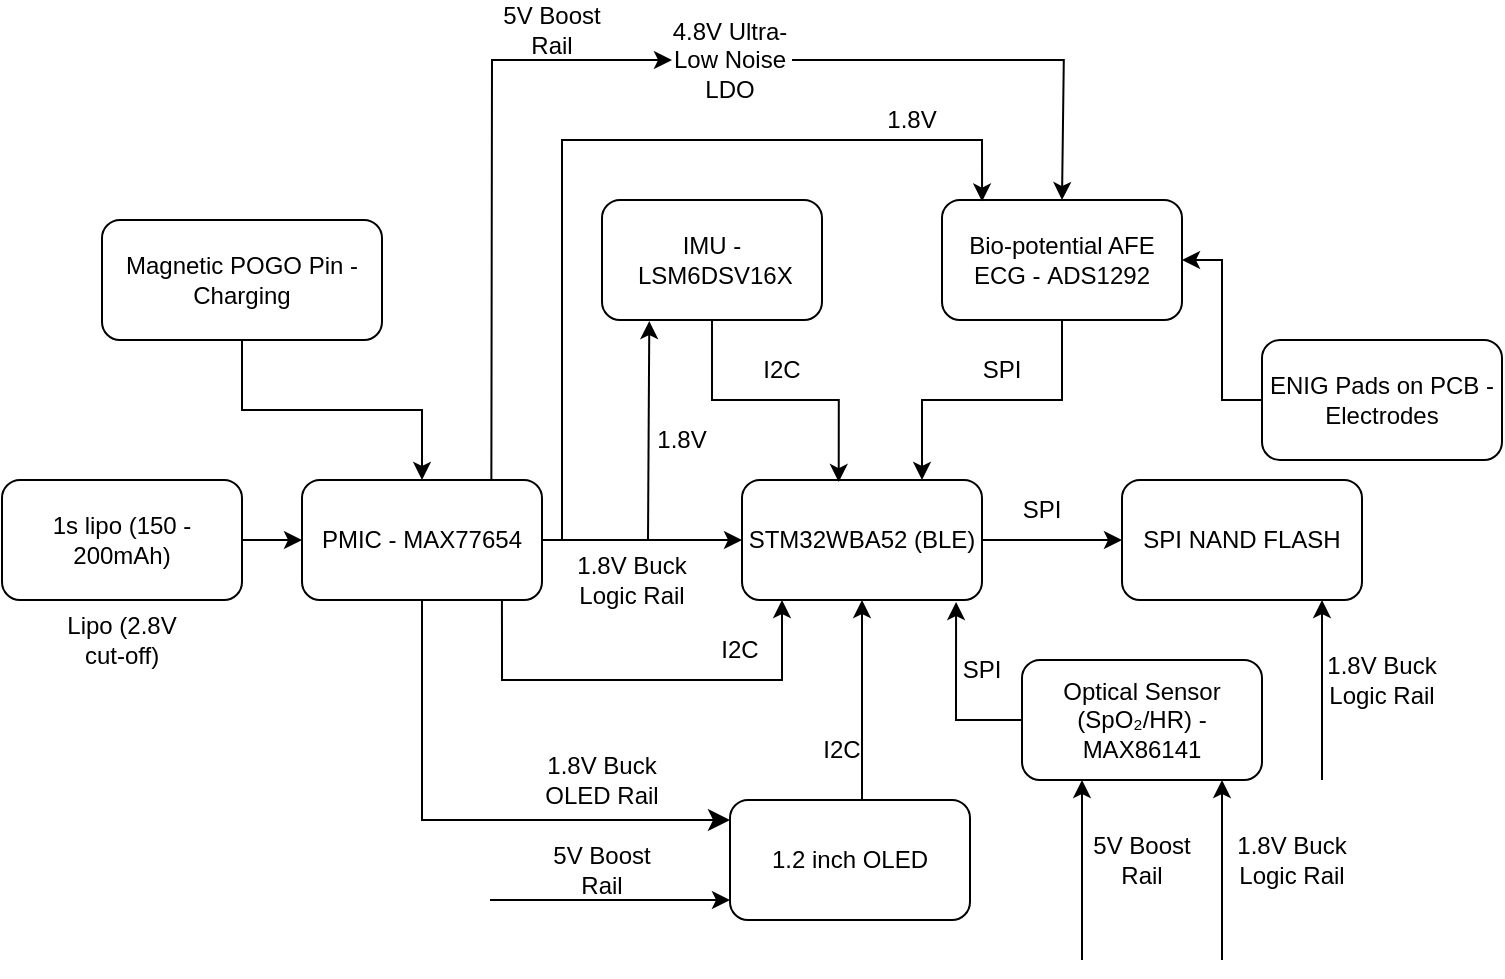
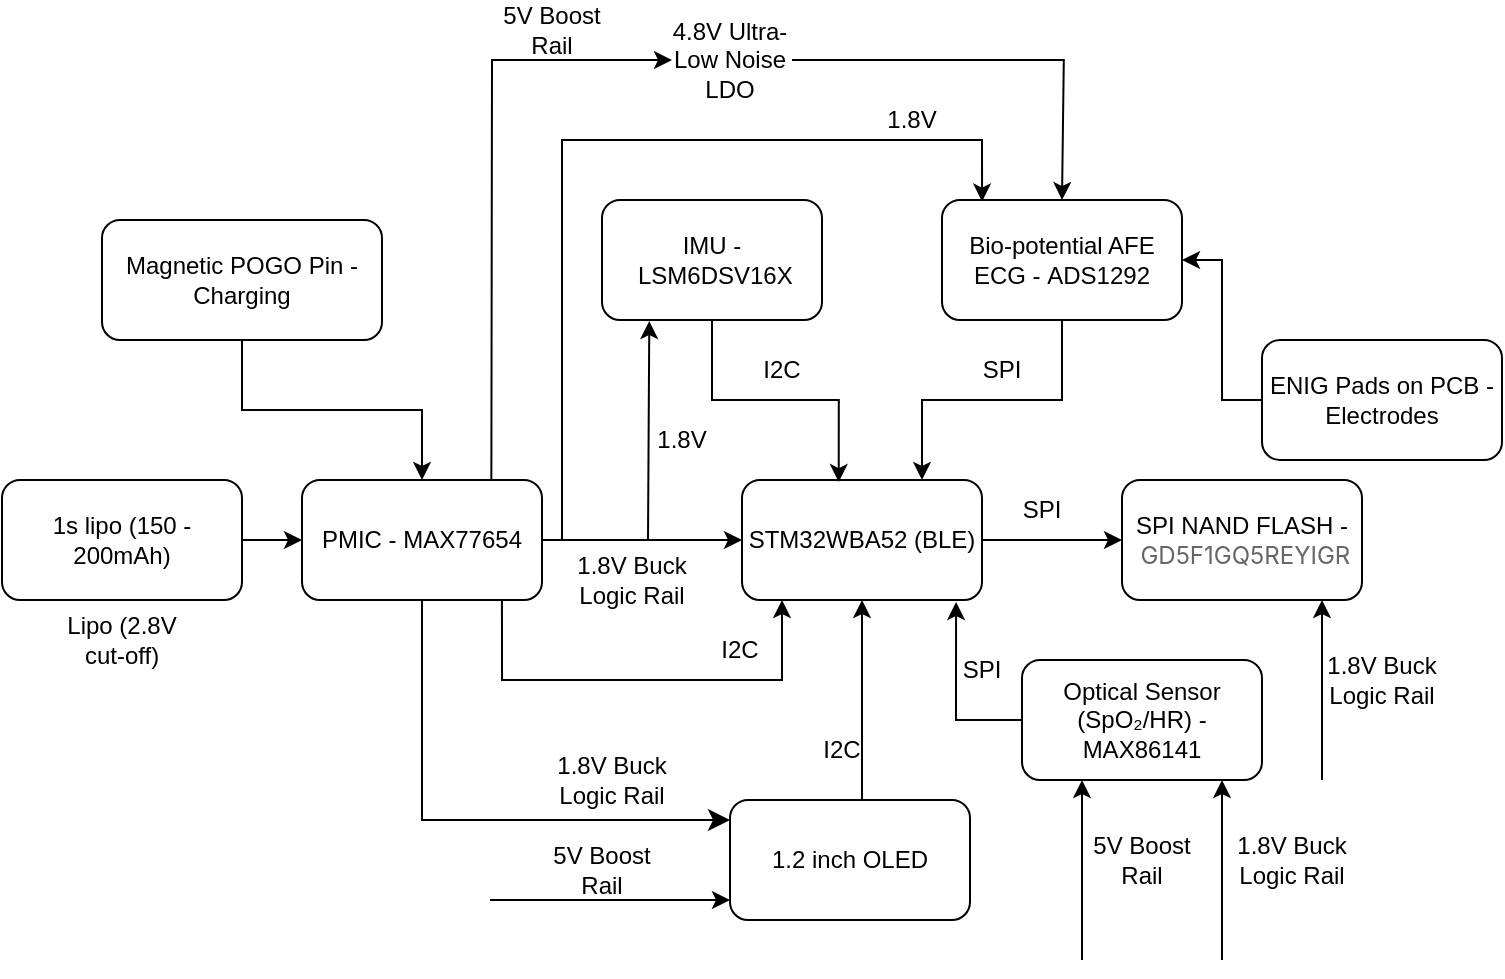
<mxfile host="app.diagrams.net" agent="Mozilla/5.0 (Windows NT 10.0; Win64; x64) AppleWebKit/537.36 (KHTML, like Gecko) Chrome/145.0.0.0 Safari/537.36" version="29.6.4">
  <diagram name="Page-1" id="kdr1D5AsXP2qeaeHXdVw">
-     <mxGraphModel dx="291" dy="153" grid="1" gridSize="10" guides="1" tooltips="1" connect="1" arrows="1" fold="1" page="1" pageScale="1" pageWidth="827" pageHeight="1169" math="0" shadow="0">
+     <mxGraphModel dx="830" dy="437" grid="1" gridSize="10" guides="1" tooltips="1" connect="1" arrows="1" fold="1" page="1" pageScale="1" pageWidth="827" pageHeight="1169" math="0" shadow="0">
      <root>
        <mxCell id="0" />
        <mxCell id="1" parent="0" />
        <mxCell id="BAGEx4Xcw8m6xMS7BeU6-1" parent="1" style="rounded=1;whiteSpace=wrap;html=1;" value="STM32WBA52 (BLE)" vertex="1">
          <mxGeometry height="60" width="120" x="420" y="340" as="geometry" />
        </mxCell>
        <mxCell id="BAGEx4Xcw8m6xMS7BeU6-2" edge="1" parent="1" source="BAGEx4Xcw8m6xMS7BeU6-3" style="edgeStyle=orthogonalEdgeStyle;rounded=0;orthogonalLoop=1;jettySize=auto;html=1;entryX=0;entryY=0.5;entryDx=0;entryDy=0;" target="BAGEx4Xcw8m6xMS7BeU6-1">
          <mxGeometry relative="1" as="geometry" />
        </mxCell>
        <mxCell id="BAGEx4Xcw8m6xMS7BeU6-3" parent="1" style="rounded=1;whiteSpace=wrap;html=1;" value="PMIC - MAX77654" vertex="1">
          <mxGeometry height="60" width="120" x="200" y="340" as="geometry" />
        </mxCell>
        <mxCell id="BAGEx4Xcw8m6xMS7BeU6-4" parent="1" style="rounded=1;whiteSpace=wrap;html=1;" value="IMU -&amp;nbsp;LSM6DSV16X" vertex="1">
          <mxGeometry height="60" width="110" x="350" y="200" as="geometry" />
        </mxCell>
        <mxCell id="BAGEx4Xcw8m6xMS7BeU6-5" edge="1" parent="1" source="BAGEx4Xcw8m6xMS7BeU6-6" style="edgeStyle=orthogonalEdgeStyle;rounded=0;orthogonalLoop=1;jettySize=auto;html=1;entryX=0.75;entryY=0;entryDx=0;entryDy=0;" target="BAGEx4Xcw8m6xMS7BeU6-1">
          <mxGeometry relative="1" as="geometry" />
        </mxCell>
        <mxCell id="BAGEx4Xcw8m6xMS7BeU6-6" parent="1" style="rounded=1;whiteSpace=wrap;html=1;" value="Bio-potential AFE&lt;div&gt;ECG -&amp;nbsp;ADS1292&lt;/div&gt;" vertex="1">
          <mxGeometry height="60" width="120" x="520" y="200" as="geometry" />
        </mxCell>
        <mxCell id="BAGEx4Xcw8m6xMS7BeU6-7" edge="1" parent="1" source="BAGEx4Xcw8m6xMS7BeU6-8" style="edgeStyle=orthogonalEdgeStyle;rounded=0;orthogonalLoop=1;jettySize=auto;html=1;entryX=0;entryY=0.5;entryDx=0;entryDy=0;" target="BAGEx4Xcw8m6xMS7BeU6-3">
          <mxGeometry relative="1" as="geometry" />
        </mxCell>
        <mxCell id="BAGEx4Xcw8m6xMS7BeU6-8" parent="1" style="rounded=1;whiteSpace=wrap;html=1;" value="1s lipo (150 - 200mAh)" vertex="1">
          <mxGeometry height="60" width="120" x="50" y="340" as="geometry" />
        </mxCell>
        <mxCell id="BAGEx4Xcw8m6xMS7BeU6-9" edge="1" parent="1" source="BAGEx4Xcw8m6xMS7BeU6-10" style="edgeStyle=orthogonalEdgeStyle;rounded=0;orthogonalLoop=1;jettySize=auto;html=1;entryX=0.5;entryY=1;entryDx=0;entryDy=0;" target="BAGEx4Xcw8m6xMS7BeU6-1">
          <mxGeometry relative="1" as="geometry">
            <Array as="points">
              <mxPoint x="480" y="480" />
              <mxPoint x="480" y="480" />
            </Array>
          </mxGeometry>
        </mxCell>
        <mxCell id="BAGEx4Xcw8m6xMS7BeU6-10" parent="1" style="rounded=1;whiteSpace=wrap;html=1;" value="1.2 inch OLED" vertex="1">
          <mxGeometry height="60" width="120" x="414" y="500" as="geometry" />
        </mxCell>
        <mxCell id="BAGEx4Xcw8m6xMS7BeU6-11" parent="1" style="rounded=1;whiteSpace=wrap;html=1;" value="Optical Sensor (SpO₂/HR) - MAX86141" vertex="1">
          <mxGeometry height="60" width="120" x="560" y="430" as="geometry" />
        </mxCell>
        <mxCell id="BAGEx4Xcw8m6xMS7BeU6-12" edge="1" parent="1" source="BAGEx4Xcw8m6xMS7BeU6-1" style="edgeStyle=orthogonalEdgeStyle;rounded=0;orthogonalLoop=1;jettySize=auto;html=1;exitX=1;exitY=0.5;exitDx=0;exitDy=0;entryX=0;entryY=0.5;entryDx=0;entryDy=0;" target="BAGEx4Xcw8m6xMS7BeU6-13">
          <mxGeometry relative="1" as="geometry">
            <Array as="points" />
            <mxPoint x="555" y="370.0000000000001" as="sourcePoint" />
            <mxPoint x="590" y="370.31" as="targetPoint" />
          </mxGeometry>
        </mxCell>
-         <mxCell id="BAGEx4Xcw8m6xMS7BeU6-13" parent="1" style="rounded=1;whiteSpace=wrap;html=1;" value="SPI NAND FLASH" vertex="1">
+         <mxCell id="BAGEx4Xcw8m6xMS7BeU6-13" parent="1" style="rounded=1;whiteSpace=wrap;html=1;" value="SPI NAND FLASH -&amp;nbsp;&lt;span style=&quot;font-family: Inter, &amp;quot;Microsoft YaHei&amp;quot;, PingFangSC, PingFangSC-Semibold, notosans; text-align: start; background-color: rgb(255, 255, 255);&quot;&gt;&lt;font style=&quot;color: light-dark(rgb(102, 102, 102), rgb(255, 255, 255));&quot;&gt;GD5F1GQ5REYIGR&lt;/font&gt;&lt;/span&gt;" vertex="1">
          <mxGeometry height="60" width="120" x="610" y="340" as="geometry" />
        </mxCell>
        <mxCell id="BAGEx4Xcw8m6xMS7BeU6-14" edge="1" parent="1" source="BAGEx4Xcw8m6xMS7BeU6-15" style="edgeStyle=orthogonalEdgeStyle;rounded=0;orthogonalLoop=1;jettySize=auto;html=1;entryX=0.5;entryY=0;entryDx=0;entryDy=0;" target="BAGEx4Xcw8m6xMS7BeU6-3">
          <mxGeometry relative="1" as="geometry" />
        </mxCell>
        <mxCell id="BAGEx4Xcw8m6xMS7BeU6-15" parent="1" style="rounded=1;whiteSpace=wrap;html=1;" value="Magnetic POGO Pin -Charging" vertex="1">
          <mxGeometry height="60" width="140" x="100" y="210" as="geometry" />
        </mxCell>
        <mxCell id="BAGEx4Xcw8m6xMS7BeU6-16" edge="1" parent="1" source="BAGEx4Xcw8m6xMS7BeU6-17" style="edgeStyle=orthogonalEdgeStyle;rounded=0;orthogonalLoop=1;jettySize=auto;html=1;entryX=1;entryY=0.5;entryDx=0;entryDy=0;" target="BAGEx4Xcw8m6xMS7BeU6-6">
          <mxGeometry relative="1" as="geometry" />
        </mxCell>
        <mxCell id="BAGEx4Xcw8m6xMS7BeU6-17" parent="1" style="rounded=1;whiteSpace=wrap;html=1;" value="ENIG Pads on PCB - Electrodes" vertex="1">
          <mxGeometry height="60" width="120" x="680" y="270" as="geometry" />
        </mxCell>
        <mxCell id="BAGEx4Xcw8m6xMS7BeU6-18" edge="1" parent="1" source="BAGEx4Xcw8m6xMS7BeU6-4" style="edgeStyle=orthogonalEdgeStyle;rounded=0;orthogonalLoop=1;jettySize=auto;html=1;entryX=0.403;entryY=0.017;entryDx=0;entryDy=0;entryPerimeter=0;" target="BAGEx4Xcw8m6xMS7BeU6-1">
          <mxGeometry relative="1" as="geometry" />
        </mxCell>
        <mxCell id="BAGEx4Xcw8m6xMS7BeU6-19" edge="1" parent="1" source="BAGEx4Xcw8m6xMS7BeU6-11" style="edgeStyle=orthogonalEdgeStyle;rounded=0;orthogonalLoop=1;jettySize=auto;html=1;entryX=0.892;entryY=1.017;entryDx=0;entryDy=0;entryPerimeter=0;" target="BAGEx4Xcw8m6xMS7BeU6-1">
          <mxGeometry relative="1" as="geometry" />
        </mxCell>
        <mxCell id="BAGEx4Xcw8m6xMS7BeU6-20" parent="1" style="text;html=1;whiteSpace=wrap;strokeColor=none;fillColor=none;align=center;verticalAlign=middle;rounded=0;" value="I2C" vertex="1">
          <mxGeometry height="30" width="60" x="410" y="270" as="geometry" />
        </mxCell>
        <mxCell id="BAGEx4Xcw8m6xMS7BeU6-21" parent="1" style="text;html=1;whiteSpace=wrap;strokeColor=none;fillColor=none;align=center;verticalAlign=middle;rounded=0;" value="SPI" vertex="1">
          <mxGeometry height="30" width="60" x="520" y="270" as="geometry" />
        </mxCell>
        <mxCell id="BAGEx4Xcw8m6xMS7BeU6-22" parent="1" style="text;html=1;whiteSpace=wrap;strokeColor=none;fillColor=none;align=center;verticalAlign=middle;rounded=0;" value="SPI" vertex="1">
          <mxGeometry height="30" width="60" x="540" y="340" as="geometry" />
        </mxCell>
        <mxCell id="BAGEx4Xcw8m6xMS7BeU6-23" parent="1" style="text;html=1;whiteSpace=wrap;strokeColor=none;fillColor=none;align=center;verticalAlign=middle;rounded=0;" value="SPI" vertex="1">
          <mxGeometry height="30" width="60" x="510" y="420" as="geometry" />
        </mxCell>
        <mxCell id="BAGEx4Xcw8m6xMS7BeU6-24" parent="1" style="text;html=1;whiteSpace=wrap;strokeColor=none;fillColor=none;align=center;verticalAlign=middle;rounded=0;" value="I2C" vertex="1">
          <mxGeometry height="30" width="60" x="440" y="460" as="geometry" />
        </mxCell>
        <mxCell id="BAGEx4Xcw8m6xMS7BeU6-25" parent="1" style="text;html=1;whiteSpace=wrap;strokeColor=none;fillColor=none;align=center;verticalAlign=middle;rounded=0;" value="1.8V Buck Logic Rail" vertex="1">
          <mxGeometry height="40" width="70" x="330" y="370" as="geometry" />
        </mxCell>
        <mxCell id="BAGEx4Xcw8m6xMS7BeU6-26" parent="1" style="text;html=1;whiteSpace=wrap;strokeColor=none;fillColor=none;align=center;verticalAlign=middle;rounded=0;" value="Lipo (2.8V cut-off)" vertex="1">
          <mxGeometry height="40" width="70" x="75" y="400" as="geometry" />
        </mxCell>
        <mxCell id="BAGEx4Xcw8m6xMS7BeU6-27" parent="1" style="text;html=1;whiteSpace=wrap;strokeColor=none;fillColor=none;align=center;verticalAlign=middle;rounded=0;" value="4.8&lt;span style=&quot;background-color: transparent; color: light-dark(rgb(0, 0, 0), rgb(255, 255, 255));&quot;&gt;V Ultra-Low Noise LDO&lt;/span&gt;" vertex="1">
          <mxGeometry height="40" width="70" x="379" y="110" as="geometry" />
        </mxCell>
        <mxCell id="BAGEx4Xcw8m6xMS7BeU6-28" edge="1" parent="1" style="edgeStyle=segmentEdgeStyle;endArrow=classic;html=1;curved=0;rounded=0;endSize=8;startSize=8;entryX=0;entryY=0.156;entryDx=0;entryDy=0;entryPerimeter=0;" target="BAGEx4Xcw8m6xMS7BeU6-10" value="">
          <mxGeometry height="50" relative="1" width="50" as="geometry">
            <Array as="points">
              <mxPoint x="260" y="510" />
              <mxPoint x="414" y="510" />
            </Array>
            <mxPoint x="260" y="400" as="sourcePoint" />
            <mxPoint x="414" y="515" as="targetPoint" />
          </mxGeometry>
-         </mxCell>
-         <mxCell id="BAGEx4Xcw8m6xMS7BeU6-29" parent="1" style="text;html=1;whiteSpace=wrap;strokeColor=none;fillColor=none;align=center;verticalAlign=middle;rounded=0;" value="1.8V Buck OLED Rail" vertex="1">
-           <mxGeometry height="40" width="70" x="315" y="470" as="geometry" />
        </mxCell>
        <mxCell id="BAGEx4Xcw8m6xMS7BeU6-30" edge="1" parent="1" source="BAGEx4Xcw8m6xMS7BeU6-3" style="endArrow=classic;html=1;rounded=0;exitX=0.789;exitY=-0.009;exitDx=0;exitDy=0;exitPerimeter=0;" value="">
          <mxGeometry height="50" relative="1" width="50" as="geometry">
            <Array as="points">
              <mxPoint x="295" y="130" />
            </Array>
            <mxPoint x="295" y="310" as="sourcePoint" />
            <mxPoint x="385" y="130" as="targetPoint" />
          </mxGeometry>
        </mxCell>
        <mxCell id="BAGEx4Xcw8m6xMS7BeU6-31" parent="1" style="text;html=1;whiteSpace=wrap;strokeColor=none;fillColor=none;align=center;verticalAlign=middle;rounded=0;" value="5&lt;span style=&quot;background-color: transparent; color: light-dark(rgb(0, 0, 0), rgb(255, 255, 255));&quot;&gt;V Boost Rail&lt;/span&gt;" vertex="1">
          <mxGeometry height="30" width="60" x="295" y="100" as="geometry" />
        </mxCell>
        <mxCell id="BAGEx4Xcw8m6xMS7BeU6-32" edge="1" parent="1" style="endArrow=classic;html=1;rounded=0;entryX=0.5;entryY=0;entryDx=0;entryDy=0;" target="BAGEx4Xcw8m6xMS7BeU6-6" value="">
          <mxGeometry height="50" relative="1" width="50" as="geometry">
            <Array as="points">
              <mxPoint x="580.9" y="130" />
            </Array>
            <mxPoint x="445" y="130" as="sourcePoint" />
            <mxPoint x="580.9" y="170" as="targetPoint" />
          </mxGeometry>
        </mxCell>
        <mxCell id="BAGEx4Xcw8m6xMS7BeU6-34" parent="1" style="text;html=1;whiteSpace=wrap;strokeColor=none;fillColor=none;align=center;verticalAlign=middle;rounded=0;" value="5V Boost Rail" vertex="1">
          <mxGeometry height="30" width="60" x="590" y="515" as="geometry" />
        </mxCell>
        <mxCell id="BAGEx4Xcw8m6xMS7BeU6-35" edge="1" parent="1" style="endArrow=classic;html=1;rounded=0;entryX=0.215;entryY=1.009;entryDx=0;entryDy=0;entryPerimeter=0;" target="BAGEx4Xcw8m6xMS7BeU6-4" value="">
          <mxGeometry height="50" relative="1" width="50" as="geometry">
            <Array as="points" />
            <mxPoint x="373" y="370" as="sourcePoint" />
            <mxPoint x="340" y="280" as="targetPoint" />
          </mxGeometry>
        </mxCell>
        <mxCell id="BAGEx4Xcw8m6xMS7BeU6-36" edge="1" parent="1" source="BAGEx4Xcw8m6xMS7BeU6-25" style="endArrow=classic;html=1;rounded=0;exitX=0;exitY=0;exitDx=0;exitDy=0;entryX=0.167;entryY=0.013;entryDx=0;entryDy=0;entryPerimeter=0;" target="BAGEx4Xcw8m6xMS7BeU6-6" value="">
          <mxGeometry height="50" relative="1" width="50" as="geometry">
            <Array as="points">
              <mxPoint x="330" y="170" />
              <mxPoint x="540" y="170" />
            </Array>
            <mxPoint x="330" y="360" as="sourcePoint" />
            <mxPoint x="540" y="180" as="targetPoint" />
          </mxGeometry>
        </mxCell>
        <mxCell id="BAGEx4Xcw8m6xMS7BeU6-37" parent="1" style="text;html=1;whiteSpace=wrap;strokeColor=none;fillColor=none;align=center;verticalAlign=middle;rounded=0;" value="1.8V" vertex="1">
          <mxGeometry height="40" width="70" x="470" y="140" as="geometry" />
        </mxCell>
        <mxCell id="BAGEx4Xcw8m6xMS7BeU6-38" parent="1" style="text;html=1;whiteSpace=wrap;strokeColor=none;fillColor=none;align=center;verticalAlign=middle;rounded=0;" value="1.8V" vertex="1">
          <mxGeometry height="40" width="70" x="355" y="300" as="geometry" />
        </mxCell>
        <mxCell id="BAGEx4Xcw8m6xMS7BeU6-39" edge="1" parent="1" style="endArrow=classic;html=1;rounded=0;" value="">
          <mxGeometry height="50" relative="1" width="50" as="geometry">
            <mxPoint x="660" y="580" as="sourcePoint" />
            <mxPoint x="660" y="490" as="targetPoint" />
          </mxGeometry>
        </mxCell>
        <mxCell id="BAGEx4Xcw8m6xMS7BeU6-41" edge="1" parent="1" style="endArrow=classic;html=1;rounded=0;entryX=0.25;entryY=1;entryDx=0;entryDy=0;" target="BAGEx4Xcw8m6xMS7BeU6-11" value="">
          <mxGeometry height="50" relative="1" width="50" as="geometry">
            <mxPoint x="590" y="580" as="sourcePoint" />
            <mxPoint x="590" y="500" as="targetPoint" />
          </mxGeometry>
        </mxCell>
        <mxCell id="BAGEx4Xcw8m6xMS7BeU6-42" parent="1" style="text;html=1;whiteSpace=wrap;strokeColor=none;fillColor=none;align=center;verticalAlign=middle;rounded=0;" value="1.8V Buck Logic Rail" vertex="1">
          <mxGeometry height="40" width="70" x="660" y="510" as="geometry" />
        </mxCell>
        <mxCell id="BAGEx4Xcw8m6xMS7BeU6-43" edge="1" parent="1" style="endArrow=classic;html=1;rounded=0;" value="">
          <mxGeometry height="50" relative="1" width="50" as="geometry">
            <mxPoint x="294" y="550" as="sourcePoint" />
            <mxPoint x="414" y="550" as="targetPoint" />
          </mxGeometry>
        </mxCell>
        <mxCell id="BAGEx4Xcw8m6xMS7BeU6-44" parent="1" style="text;html=1;whiteSpace=wrap;strokeColor=none;fillColor=none;align=center;verticalAlign=middle;rounded=0;" value="5V Boost Rail" vertex="1">
          <mxGeometry height="30" width="60" x="320" y="520" as="geometry" />
        </mxCell>
        <mxCell id="BAGEx4Xcw8m6xMS7BeU6-46" edge="1" parent="1" style="endArrow=classic;html=1;rounded=0;" value="">
          <mxGeometry height="50" relative="1" width="50" as="geometry">
            <mxPoint x="710" y="490" as="sourcePoint" />
            <mxPoint x="710" y="400" as="targetPoint" />
          </mxGeometry>
        </mxCell>
        <mxCell id="BAGEx4Xcw8m6xMS7BeU6-47" parent="1" style="text;html=1;whiteSpace=wrap;strokeColor=none;fillColor=none;align=center;verticalAlign=middle;rounded=0;" value="1.8V Buck Logic Rail" vertex="1">
          <mxGeometry height="40" width="70" x="705" y="420" as="geometry" />
        </mxCell>
        <mxCell id="BAGEx4Xcw8m6xMS7BeU6-48" edge="1" parent="1" source="BAGEx4Xcw8m6xMS7BeU6-3" style="endArrow=classic;html=1;rounded=0;exitX=0.833;exitY=1;exitDx=0;exitDy=0;exitPerimeter=0;" value="">
          <mxGeometry height="50" relative="1" width="50" as="geometry">
            <Array as="points">
              <mxPoint x="300" y="420" />
              <mxPoint x="300" y="440" />
              <mxPoint x="440" y="440" />
            </Array>
            <mxPoint x="275" y="400" as="sourcePoint" />
            <mxPoint x="440" y="400" as="targetPoint" />
          </mxGeometry>
        </mxCell>
        <mxCell id="BAGEx4Xcw8m6xMS7BeU6-49" parent="1" style="text;html=1;whiteSpace=wrap;strokeColor=none;fillColor=none;align=center;verticalAlign=middle;rounded=0;" value="I2C" vertex="1">
          <mxGeometry height="30" width="60" x="389" y="410" as="geometry" />
+         </mxCell>
+         <mxCell id="BAGEx4Xcw8m6xMS7BeU6-51" parent="1" style="text;html=1;whiteSpace=wrap;strokeColor=none;fillColor=none;align=center;verticalAlign=middle;rounded=0;" value="1.8V Buck Logic Rail" vertex="1">
+           <mxGeometry height="40" width="70" x="320" y="470" as="geometry" />
        </mxCell>
      </root>
    </mxGraphModel>
  </diagram>
</mxfile>
